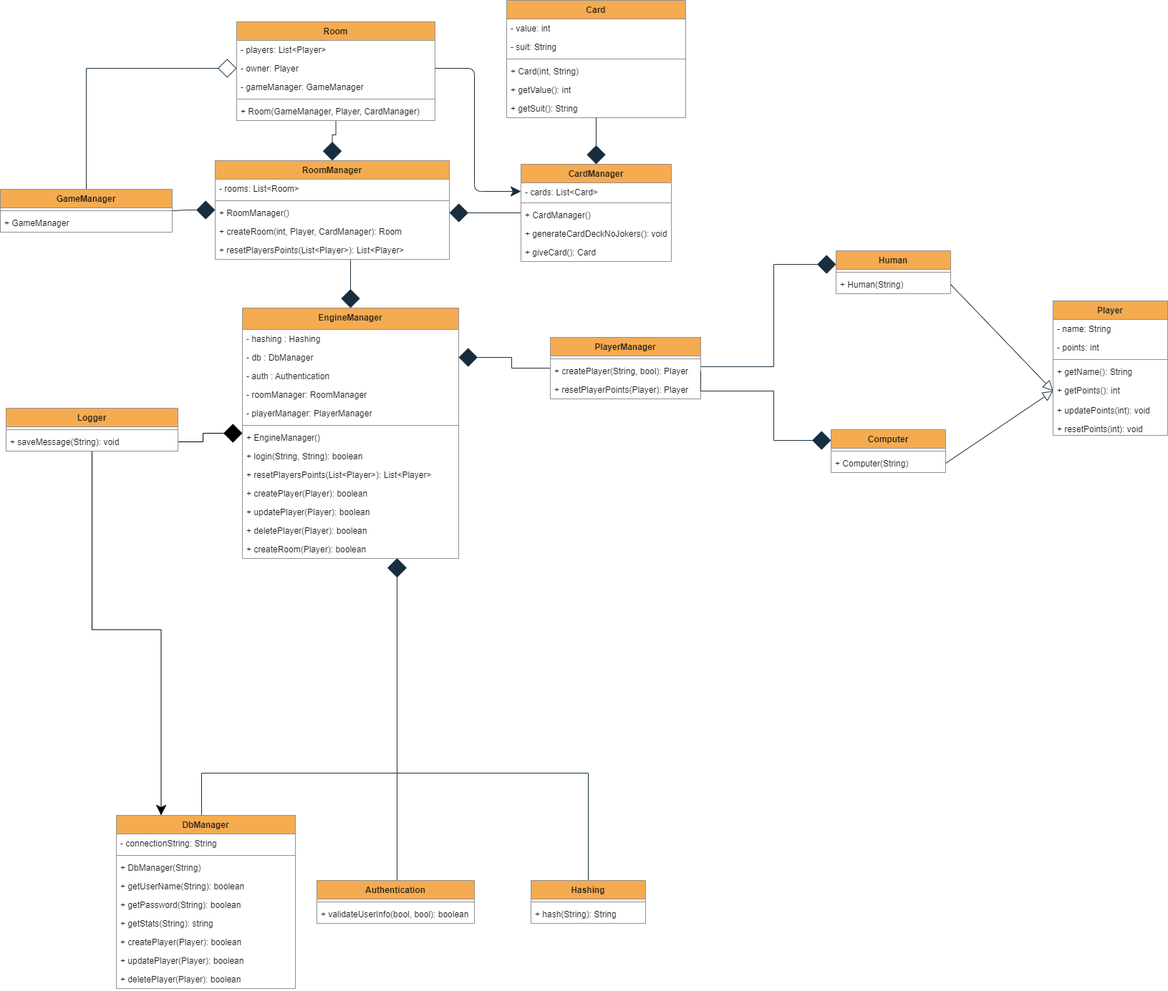
Above: Diagrammer/Klasse Diagram.drawio.png in Olivervesth/KortKlubben (draw.io), before the change. Source tidied: cells renumbered, new cells last; positions are measured from the earlier drawing's top-left corner, leaving out a move shared by most shapes.
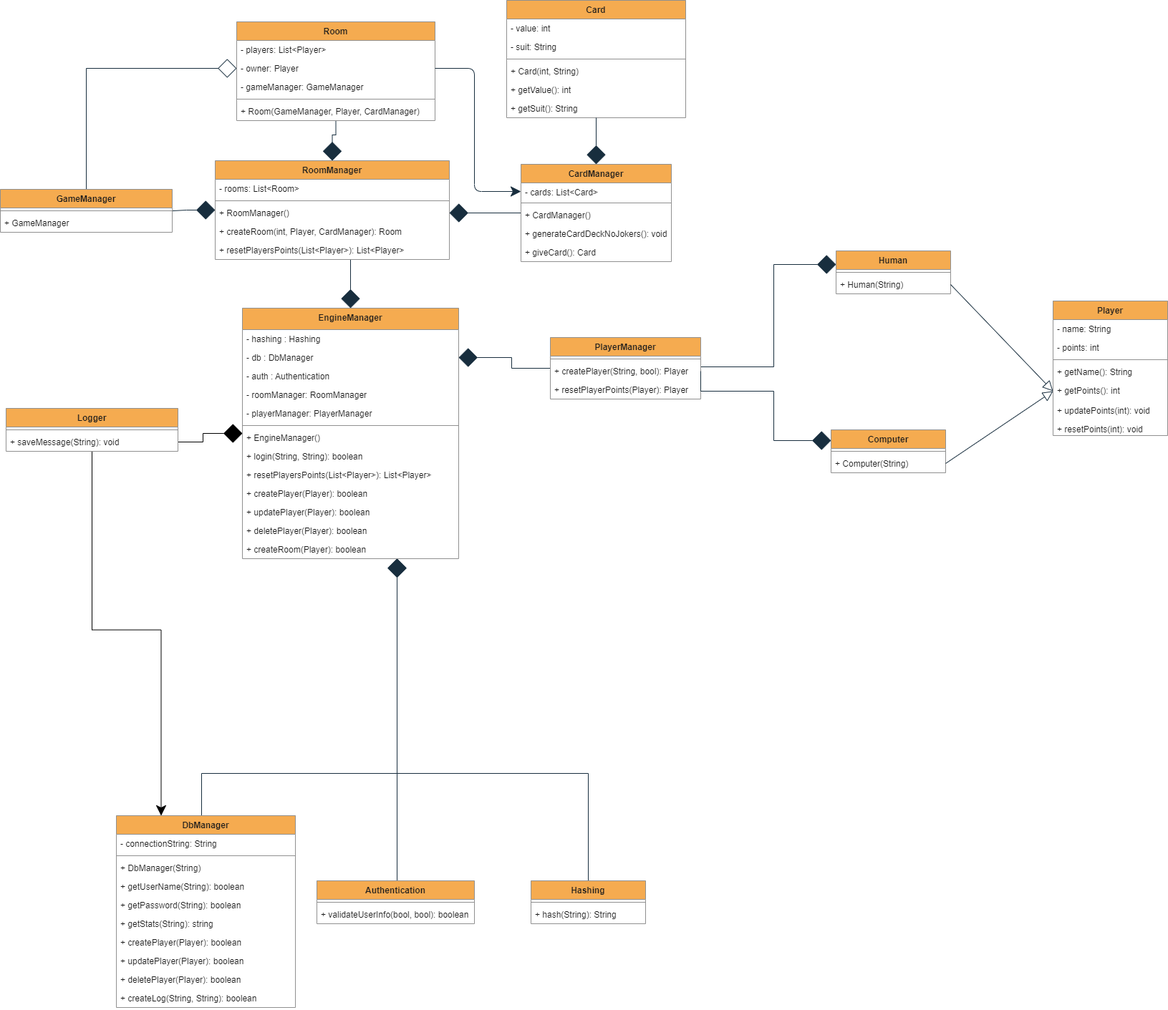
After the commit.

Commit message:
Class Diagram Update

What changed in the source:
```diff
@@ -197,7 +197,7 @@
       <mxGeometry y="34" width="160" height="26" as="geometry" />
     </mxCell>
     <mxCell id="58" value="DbManager" style="swimlane;fontStyle=1;align=center;verticalAlign=top;horizontal=1;startSize=26;fillColor=#F5AB50;strokeColor=#909090;fontColor=#1A1A1A;rounded=0;swimlaneFillColor=default;" parent="1" vertex="1">
-      <mxGeometry x="162" y="1139" width="250" height="242" as="geometry" />
+      <mxGeometry x="162" y="1139" width="250" height="268" as="geometry" />
     </mxCell>
     <mxCell id="59" value="- connectionString: String" style="text;strokeColor=none;fillColor=none;align=left;verticalAlign=top;spacingLeft=4;spacingRight=4;overflow=hidden;fontColor=#1A1A1A;rounded=0;" parent="58" vertex="1">
       <mxGeometry y="26" width="250" height="26" as="geometry" />
@@ -226,6 +226,9 @@
     <mxCell id="67" value="+ deletePlayer(Player): boolean" style="text;strokeColor=none;fillColor=none;align=left;verticalAlign=top;spacingLeft=4;spacingRight=4;overflow=hidden;fontColor=#1A1A1A;rounded=0;" parent="58" vertex="1">
       <mxGeometry y="216" width="250" height="26" as="geometry" />
     </mxCell>
+    <mxCell id="98" value="+ createLog(String, String): boolean" style="text;strokeColor=none;fillColor=none;align=left;verticalAlign=top;spacingLeft=4;spacingRight=4;overflow=hidden;fontColor=#1A1A1A;rounded=0;" parent="58" vertex="1">
+      <mxGeometry y="242" width="250" height="26" as="geometry" />
+    </mxCell>
     <mxCell id="68" value="Authentication" style="swimlane;fontStyle=1;align=center;verticalAlign=top;horizontal=1;startSize=26;fillColor=#F5AB50;strokeColor=#909090;fontColor=#1A1A1A;rounded=0;swimlaneFillColor=default;" parent="1" vertex="1">
       <mxGeometry x="442" y="1230" width="220" height="60" as="geometry" />
     </mxCell>
```
